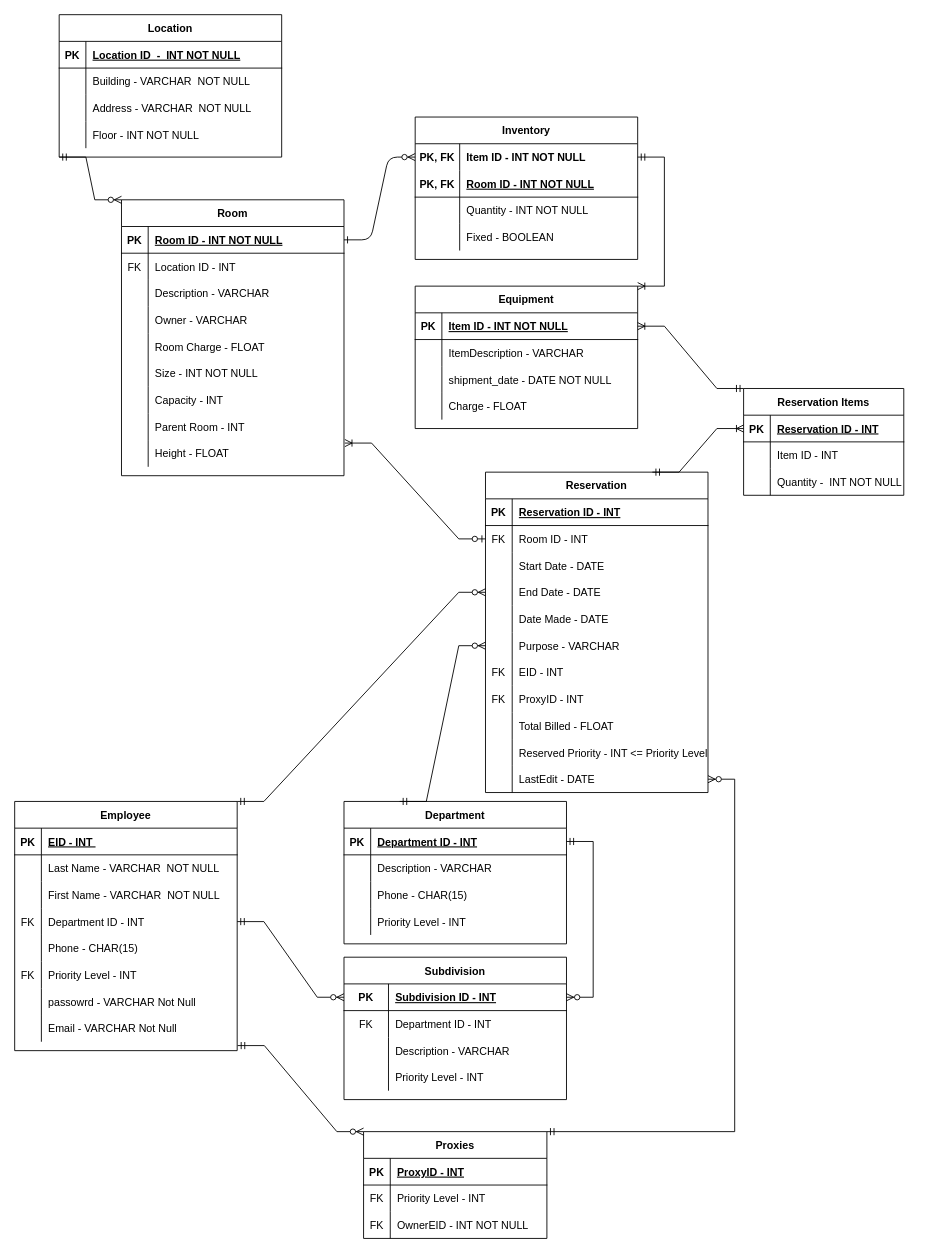
The draw.io diagram Projcet1.drawio in seanjedi/comp-163-database-design-class, before the edit. Source tidied: cells renumbered, new cells numbered last; positions are measured from the earlier drawing's top-left corner, leaving out a move shared by most shapes. Both pictures are drawn from the tidied source at 89%, with x=0, y=0 at pixel (14, 14).
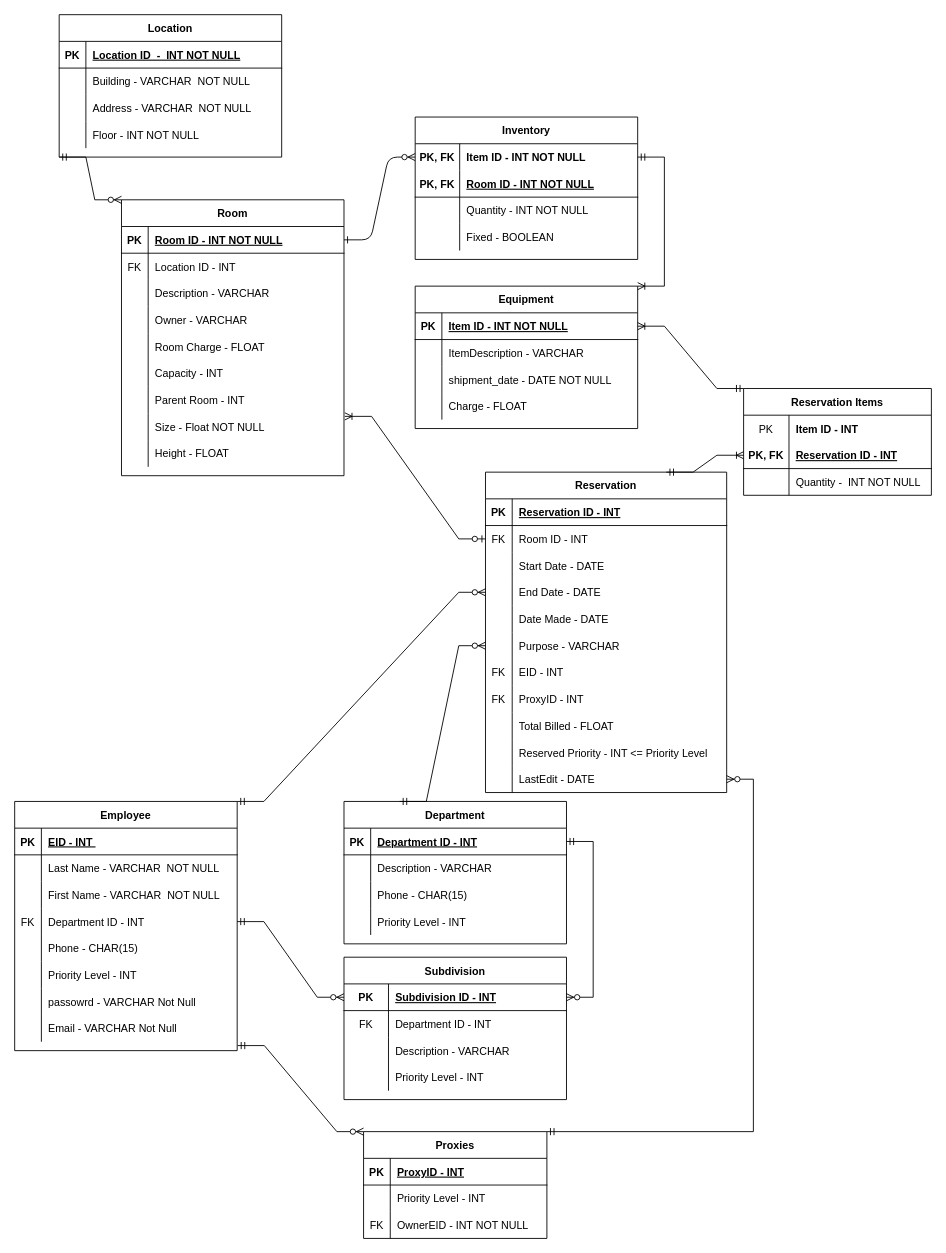
Above is the later version.

Unchanged cells that the change refers to:
```xml
<mxCell id="29" value="Room" style="shape=table;startSize=30;childLayout=tableLayout;rowLines=0;fontStyle=1;align=center;" parent="1" vertex="1">
  <mxGeometry x="120" y="208" width="250" height="310" as="geometry" />
</mxCell>
<mxCell id="73" style="shape=tableRow;horizontal=0;startSize=0;swimlaneHead=0;swimlaneBody=0;fillColor=none;top=0;left=0;right=0;bottom=0;" parent="57" vertex="1">
  <mxGeometry y="180" width="250" height="30" as="geometry" />
</mxCell>
<mxCell id="125" style="shape=tableRow;horizontal=0;startSize=0;swimlaneHead=0;swimlaneBody=0;fillColor=none;top=0;left=0;right=0;bottom=0;" parent="121" vertex="1">
  <mxGeometry y="60" width="206" height="30" as="geometry" />
</mxCell>
```

What changed in the source:
```diff
@@
-    <mxCell id="45" style="shape=tableRow;horizontal=0;startSize=0;swimlaneHead=0;swimlaneBody=0;fillColor=none;top=0;left=0;right=0;bottom=0;" parent="29" vertex="1">
-      <mxGeometry y="180" width="250" height="30" as="geometry" />
-    </mxCell>
-    <mxCell id="46" style="shape=partialRectangle;fillColor=none;top=0;left=0;bottom=0;right=0;overflow=hidden;" parent="45" vertex="1">
-      <mxGeometry width="30" height="30" as="geometry" />
-    </mxCell>
-    <mxCell id="47" value="Size - INT NOT NULL" style="shape=partialRectangle;fillColor=none;top=0;left=0;bottom=0;right=0;align=left;spacingLeft=6;overflow=hidden;" parent="45" vertex="1">
-      <mxGeometry x="30" width="220" height="30" as="geometry" />
-    </mxCell>
     <mxCell id="48" style="shape=tableRow;horizontal=0;startSize=0;swimlaneHead=0;swimlaneBody=0;fillColor=none;top=0;left=0;right=0;bottom=0;" parent="29" vertex="1">
-      <mxGeometry y="210" width="250" height="30" as="geometry" />
+      <mxGeometry y="180" width="250" height="30" as="geometry" />
     </mxCell>
@@
     <mxCell id="51" style="shape=tableRow;horizontal=0;startSize=0;swimlaneHead=0;swimlaneBody=0;fillColor=none;points=[[0,0.5],[1,0.5]];portConstraint=eastwest;top=0;left=0;right=0;bottom=0;" parent="29" vertex="1">
-      <mxGeometry y="240" width="250" height="30" as="geometry" />
+      <mxGeometry y="210" width="250" height="30" as="geometry" />
     </mxCell>
@@
+    <mxCell id="45" style="shape=tableRow;horizontal=0;startSize=0;swimlaneHead=0;swimlaneBody=0;fillColor=none;top=0;left=0;right=0;bottom=0;" parent="29" vertex="1">
+      <mxGeometry y="240" width="250" height="30" as="geometry" />
+    </mxCell>
+    <mxCell id="46" style="shape=partialRectangle;fillColor=none;top=0;left=0;bottom=0;right=0;overflow=hidden;" parent="45" vertex="1">
+      <mxGeometry width="30" height="30" as="geometry" />
+    </mxCell>
+    <mxCell id="47" value="Size - Float NOT NULL" style="shape=partialRectangle;fillColor=none;top=0;left=0;bottom=0;right=0;align=left;spacingLeft=6;overflow=hidden;" parent="45" vertex="1">
+      <mxGeometry x="30" width="220" height="30" as="geometry" />
+    </mxCell>
@@
-    <mxCell id="74" value="FK" style="shape=partialRectangle;fillColor=none;top=0;left=0;bottom=0;right=0;overflow=hidden;" parent="73" vertex="1">
+    <mxCell id="74" style="shape=partialRectangle;fillColor=none;top=0;left=0;bottom=0;right=0;overflow=hidden;" parent="73" vertex="1">
       <mxGeometry width="30" height="30" as="geometry" />
     </mxCell>
@@
-    <mxCell id="126" value="FK" style="shape=partialRectangle;fillColor=none;top=0;left=0;bottom=0;right=0;overflow=hidden;" parent="125" vertex="1">
+    <mxCell id="126" style="shape=partialRectangle;fillColor=none;top=0;left=0;bottom=0;right=0;overflow=hidden;" parent="125" vertex="1">
       <mxGeometry width="30" height="30" as="geometry" />
     </mxCell>
@@
     <mxCell id="133" value="Reservation" style="shape=table;startSize=30;childLayout=tableLayout;rowLines=0;fontStyle=1;align=center;" parent="1" vertex="1">
-      <mxGeometry x="529" y="514" width="250" height="360" as="geometry" />
+      <mxGeometry x="529" y="514" width="271" height="360" as="geometry" />
     </mxCell>
     <mxCell id="134" style="shape=tableRow;horizontal=0;startSize=0;swimlaneHead=0;swimlaneBody=0;fillColor=none;top=0;left=0;right=0;bottom=1;" parent="133" vertex="1">
-      <mxGeometry y="30" width="250" height="30" as="geometry" />
+      <mxGeometry y="30" width="271" height="30" as="geometry" />
     </mxCell>
@@
     <mxCell id="136" value="Reservation ID - INT" style="shape=partialRectangle;fillColor=none;top=0;left=0;bottom=0;right=0;align=left;spacingLeft=6;fontStyle=5;overflow=hidden;" parent="134" vertex="1">
-      <mxGeometry x="30" width="220" height="30" as="geometry" />
+      <mxGeometry x="30" width="241" height="30" as="geometry" />
     </mxCell>
     <mxCell id="137" style="shape=tableRow;horizontal=0;startSize=0;swimlaneHead=0;swimlaneBody=0;fillColor=none;points=[[0,0.5],[1,0.5]];portConstraint=eastwest;top=0;left=0;right=0;bottom=0;" parent="133" vertex="1">
-      <mxGeometry y="60" width="250" height="30" as="geometry" />
+      <mxGeometry y="60" width="271" height="30" as="geometry" />
     </mxCell>
@@
     <mxCell id="139" value="Room ID - INT" style="shape=partialRectangle;fillColor=none;top=0;left=0;bottom=0;right=0;align=left;spacingLeft=6;overflow=hidden;" parent="137" vertex="1">
-      <mxGeometry x="30" width="220" height="30" as="geometry" />
+      <mxGeometry x="30" width="241" height="30" as="geometry" />
     </mxCell>
     <mxCell id="140" style="shape=tableRow;horizontal=0;startSize=0;swimlaneHead=0;swimlaneBody=0;fillColor=none;top=0;left=0;right=0;bottom=0;" parent="133" vertex="1">
-      <mxGeometry y="90" width="250" height="30" as="geometry" />
+      <mxGeometry y="90" width="271" height="30" as="geometry" />
     </mxCell>
@@
     <mxCell id="142" value="Start Date - DATE" style="shape=partialRectangle;fillColor=none;top=0;left=0;bottom=0;right=0;align=left;spacingLeft=6;overflow=hidden;" parent="140" vertex="1">
-      <mxGeometry x="30" width="220" height="30" as="geometry" />
+      <mxGeometry x="30" width="241" height="30" as="geometry" />
     </mxCell>
     <mxCell id="143" style="shape=tableRow;horizontal=0;startSize=0;swimlaneHead=0;swimlaneBody=0;fillColor=none;points=[[0,0.5],[1,0.5]];portConstraint=eastwest;top=0;left=0;right=0;bottom=0;" parent="133" vertex="1">
-      <mxGeometry y="120" width="250" height="30" as="geometry" />
+      <mxGeometry y="120" width="271" height="30" as="geometry" />
     </mxCell>
@@
     <mxCell id="145" value="End Date - DATE" style="shape=partialRectangle;fillColor=none;top=0;left=0;bottom=0;right=0;align=left;spacingLeft=6;overflow=hidden;" parent="143" vertex="1">
-      <mxGeometry x="30" width="220" height="30" as="geometry" />
+      <mxGeometry x="30" width="241" height="30" as="geometry" />
     </mxCell>
     <mxCell id="146" style="shape=tableRow;horizontal=0;startSize=0;swimlaneHead=0;swimlaneBody=0;fillColor=none;top=0;left=0;right=0;bottom=0;" parent="133" vertex="1">
-      <mxGeometry y="150" width="250" height="30" as="geometry" />
+      <mxGeometry y="150" width="271" height="30" as="geometry" />
     </mxCell>
@@
     <mxCell id="148" value="Date Made - DATE" style="shape=partialRectangle;fillColor=none;top=0;left=0;bottom=0;right=0;align=left;spacingLeft=6;overflow=hidden;" parent="146" vertex="1">
-      <mxGeometry x="30" width="220" height="30" as="geometry" />
+      <mxGeometry x="30" width="241" height="30" as="geometry" />
     </mxCell>
     <mxCell id="149" style="shape=tableRow;horizontal=0;startSize=0;swimlaneHead=0;swimlaneBody=0;fillColor=none;points=[[0,0.5],[1,0.5]];portConstraint=eastwest;top=0;left=0;right=0;bottom=0;" parent="133" vertex="1">
-      <mxGeometry y="180" width="250" height="30" as="geometry" />
+      <mxGeometry y="180" width="271" height="30" as="geometry" />
     </mxCell>
@@
     <mxCell id="151" value="Purpose - VARCHAR" style="shape=partialRectangle;fillColor=none;top=0;left=0;bottom=0;right=0;align=left;spacingLeft=6;overflow=hidden;" parent="149" vertex="1">
-      <mxGeometry x="30" width="220" height="30" as="geometry" />
+      <mxGeometry x="30" width="241" height="30" as="geometry" />
     </mxCell>
     <mxCell id="152" style="shape=tableRow;horizontal=0;startSize=0;swimlaneHead=0;swimlaneBody=0;fillColor=none;top=0;left=0;right=0;bottom=0;" parent="133" vertex="1">
-      <mxGeometry y="210" width="250" height="30" as="geometry" />
+      <mxGeometry y="210" width="271" height="30" as="geometry" />
     </mxCell>
@@
     <mxCell id="154" value="EID - INT" style="shape=partialRectangle;fillColor=none;top=0;left=0;bottom=0;right=0;align=left;spacingLeft=6;overflow=hidden;" parent="152" vertex="1">
-      <mxGeometry x="30" width="220" height="30" as="geometry" />
+      <mxGeometry x="30" width="241" height="30" as="geometry" />
     </mxCell>
     <mxCell id="155" style="shape=tableRow;horizontal=0;startSize=0;swimlaneHead=0;swimlaneBody=0;fillColor=none;top=0;left=0;right=0;bottom=0;" parent="133" vertex="1">
-      <mxGeometry y="240" width="250" height="30" as="geometry" />
+      <mxGeometry y="240" width="271" height="30" as="geometry" />
     </mxCell>
@@
     <mxCell id="157" value="ProxyID - INT" style="shape=partialRectangle;fillColor=none;top=0;left=0;bottom=0;right=0;align=left;spacingLeft=6;overflow=hidden;" parent="155" vertex="1">
-      <mxGeometry x="30" width="220" height="30" as="geometry" />
+      <mxGeometry x="30" width="241" height="30" as="geometry" />
     </mxCell>
     <mxCell id="158" style="shape=tableRow;horizontal=0;startSize=0;swimlaneHead=0;swimlaneBody=0;fillColor=none;top=0;left=0;right=0;bottom=0;" parent="133" vertex="1">
-      <mxGeometry y="270" width="250" height="30" as="geometry" />
+      <mxGeometry y="270" width="271" height="30" as="geometry" />
     </mxCell>
@@
     <mxCell id="160" value="Total Billed - FLOAT" style="shape=partialRectangle;fillColor=none;top=0;left=0;bottom=0;right=0;align=left;spacingLeft=6;overflow=hidden;" parent="158" vertex="1">
-      <mxGeometry x="30" width="220" height="30" as="geometry" />
+      <mxGeometry x="30" width="241" height="30" as="geometry" />
     </mxCell>
     <mxCell id="161" style="shape=tableRow;horizontal=0;startSize=0;swimlaneHead=0;swimlaneBody=0;fillColor=none;top=0;left=0;right=0;bottom=0;" parent="133" vertex="1">
-      <mxGeometry y="300" width="250" height="30" as="geometry" />
+      <mxGeometry y="300" width="271" height="30" as="geometry" />
     </mxCell>
@@
     <mxCell id="163" value="Reserved Priority - INT &lt;= Priority Level" style="shape=partialRectangle;fillColor=none;top=0;left=0;bottom=0;right=0;align=left;spacingLeft=6;overflow=hidden;" parent="161" vertex="1">
-      <mxGeometry x="30" width="220" height="30" as="geometry" />
+      <mxGeometry x="30" width="241" height="30" as="geometry" />
     </mxCell>
     <mxCell id="164" style="shape=tableRow;horizontal=0;startSize=0;swimlaneHead=0;swimlaneBody=0;fillColor=none;points=[[0,0.5],[1,0.5]];portConstraint=eastwest;top=0;left=0;right=0;bottom=0;" parent="133" vertex="1">
-      <mxGeometry y="330" width="250" height="30" as="geometry" />
+      <mxGeometry y="330" width="271" height="30" as="geometry" />
     </mxCell>
@@
     <mxCell id="166" value="LastEdit - DATE" style="shape=partialRectangle;fillColor=none;top=0;left=0;bottom=0;right=0;align=left;spacingLeft=6;overflow=hidden;" parent="164" vertex="1">
-      <mxGeometry x="30" width="220" height="30" as="geometry" />
+      <mxGeometry x="30" width="241" height="30" as="geometry" />
     </mxCell>
     <mxCell id="167" value="Reservation Items" style="shape=table;startSize=30;childLayout=tableLayout;rowLines=0;fontStyle=1;align=center;" parent="1" vertex="1">
-      <mxGeometry x="819" y="420" width="180" height="120" as="geometry" />
+      <mxGeometry x="819" y="420" width="211" height="120" as="geometry" />
     </mxCell>
+    <mxCell id="188" style="shape=tableRow;horizontal=0;startSize=0;swimlaneHead=0;swimlaneBody=0;fillColor=none;top=0;left=0;right=0;bottom=0;" parent="167" vertex="1">
+      <mxGeometry y="30" width="211" height="30" as="geometry" />
+    </mxCell>
+    <mxCell id="189" value="PK" style="shape=partialRectangle;fillColor=none;top=0;left=0;bottom=0;right=0;overflow=hidden;" parent="188" vertex="1">
+      <mxGeometry width="51" height="30" as="geometry" />
+    </mxCell>
+    <mxCell id="173" value="Item ID - INT" style="shape=partialRectangle;fillColor=none;top=0;left=0;bottom=0;right=0;align=left;spacingLeft=6;overflow=hidden;fontStyle=1;" parent="188" vertex="1">
+      <mxGeometry x="51" width="160" height="30" as="geometry" />
+    </mxCell>
     <mxCell id="168" style="shape=tableRow;horizontal=0;startSize=0;swimlaneHead=0;swimlaneBody=0;fillColor=none;points=[[0,0.5],[1,0.5]];portConstraint=eastwest;top=0;left=0;right=0;bottom=1;" parent="167" vertex="1">
-      <mxGeometry y="30" width="180" height="30" as="geometry" />
+      <mxGeometry y="60" width="211" height="30" as="geometry" />
     </mxCell>
-    <mxCell id="169" value="PK" style="shape=partialRectangle;fillColor=none;top=0;left=0;bottom=0;right=0;fontStyle=1;overflow=hidden;" parent="168" vertex="1">
-      <mxGeometry width="30" height="30" as="geometry" />
+    <mxCell id="169" value="PK, FK" style="shape=partialRectangle;fillColor=none;top=0;left=0;bottom=0;right=0;fontStyle=1;overflow=hidden;" parent="168" vertex="1">
+      <mxGeometry width="51" height="30" as="geometry" />
     </mxCell>
     <mxCell id="170" value="Reservation ID - INT" style="shape=partialRectangle;fillColor=none;top=0;left=0;bottom=0;right=0;align=left;spacingLeft=6;fontStyle=5;overflow=hidden;" parent="168" vertex="1">
-      <mxGeometry x="30" width="150" height="30" as="geometry" />
+      <mxGeometry x="51" width="160" height="30" as="geometry" />
     </mxCell>
-    <mxCell id="171" style="shape=tableRow;horizontal=0;startSize=0;swimlaneHead=0;swimlaneBody=0;fillColor=none;top=0;left=0;right=0;bottom=0;" parent="167" vertex="1">
-      <mxGeometry y="60" width="180" height="30" as="geometry" />
-    </mxCell>
-    <mxCell id="172" style="shape=partialRectangle;fillColor=none;top=0;left=0;bottom=0;right=0;overflow=hidden;" parent="171" vertex="1">
-      <mxGeometry width="30" height="30" as="geometry" />
-    </mxCell>
-    <mxCell id="173" value="Item ID - INT" style="shape=partialRectangle;fillColor=none;top=0;left=0;bottom=0;right=0;align=left;spacingLeft=6;overflow=hidden;" parent="171" vertex="1">
-      <mxGeometry x="30" width="150" height="30" as="geometry" />
-    </mxCell>
     <mxCell id="174" style="shape=tableRow;horizontal=0;startSize=0;swimlaneHead=0;swimlaneBody=0;fillColor=none;top=0;left=0;right=0;bottom=0;" parent="167" vertex="1">
-      <mxGeometry y="90" width="180" height="30" as="geometry" />
+      <mxGeometry y="90" width="211" height="30" as="geometry" />
     </mxCell>
     <mxCell id="175" style="shape=partialRectangle;fillColor=none;top=0;left=0;bottom=0;right=0;overflow=hidden;" parent="174" vertex="1">
-      <mxGeometry width="30" height="30" as="geometry" />
+      <mxGeometry width="51" height="30" as="geometry" />
     </mxCell>
     <mxCell id="176" value="Quantity -  INT NOT NULL" style="shape=partialRectangle;fillColor=none;top=0;left=0;bottom=0;right=0;align=left;spacingLeft=6;overflow=hidden;" parent="174" vertex="1">
-      <mxGeometry x="30" width="150" height="30" as="geometry" />
+      <mxGeometry x="51" width="160" height="30" as="geometry" />
     </mxCell>
```
